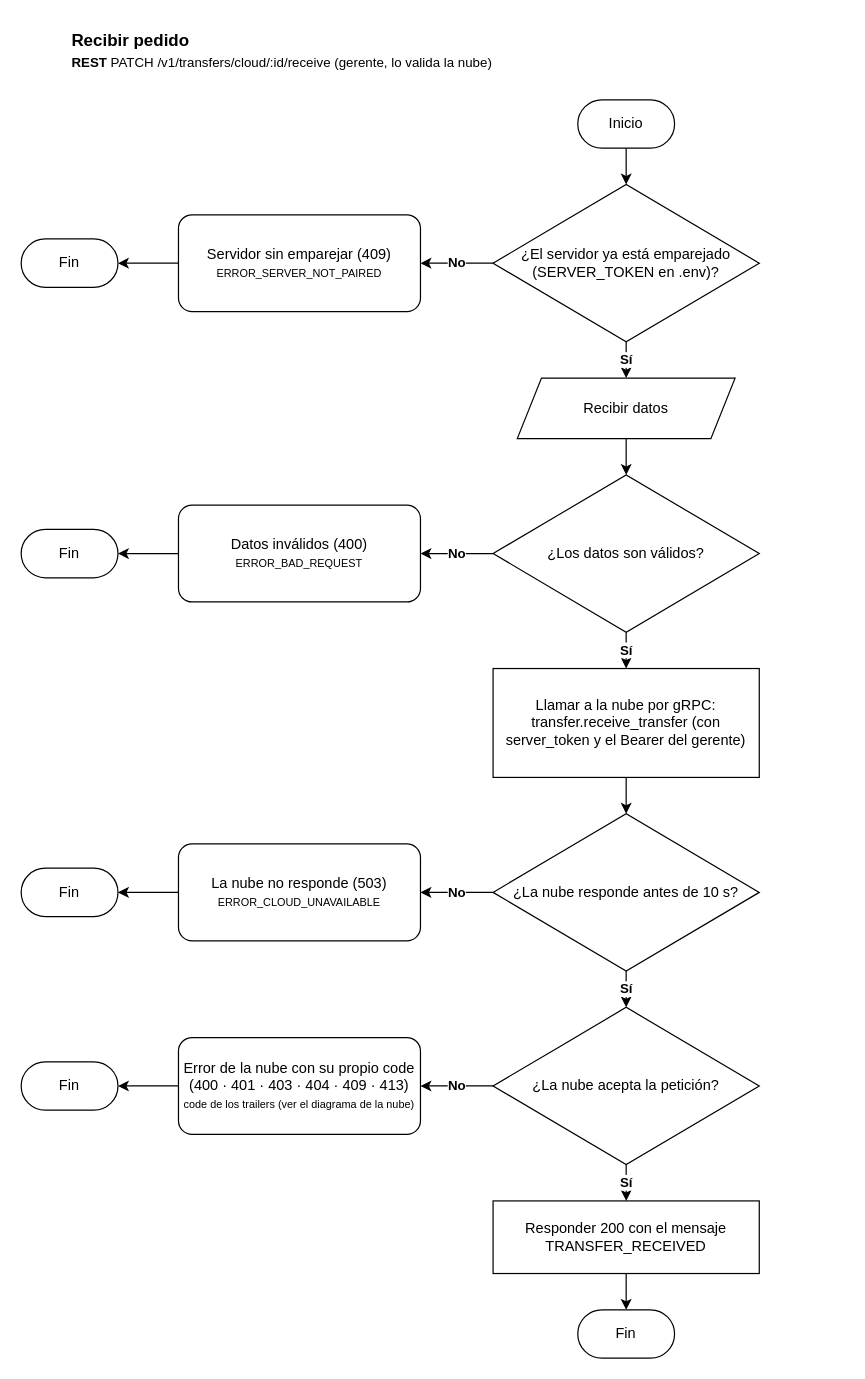
Earlier version of the draw.io diagram documents/diagrams/workflows/transfer/cloud/receive.drawio (Andry510/miyabi-restaurant-server). Source tidied: cells renumbered, new cells numbered last; positions are measured from the earlier drawing's top-left corner, leaving out a move shared by most shapes. Both pictures are drawn from the tidied source at 121%, with x=0, y=0 at pixel (21, 21).
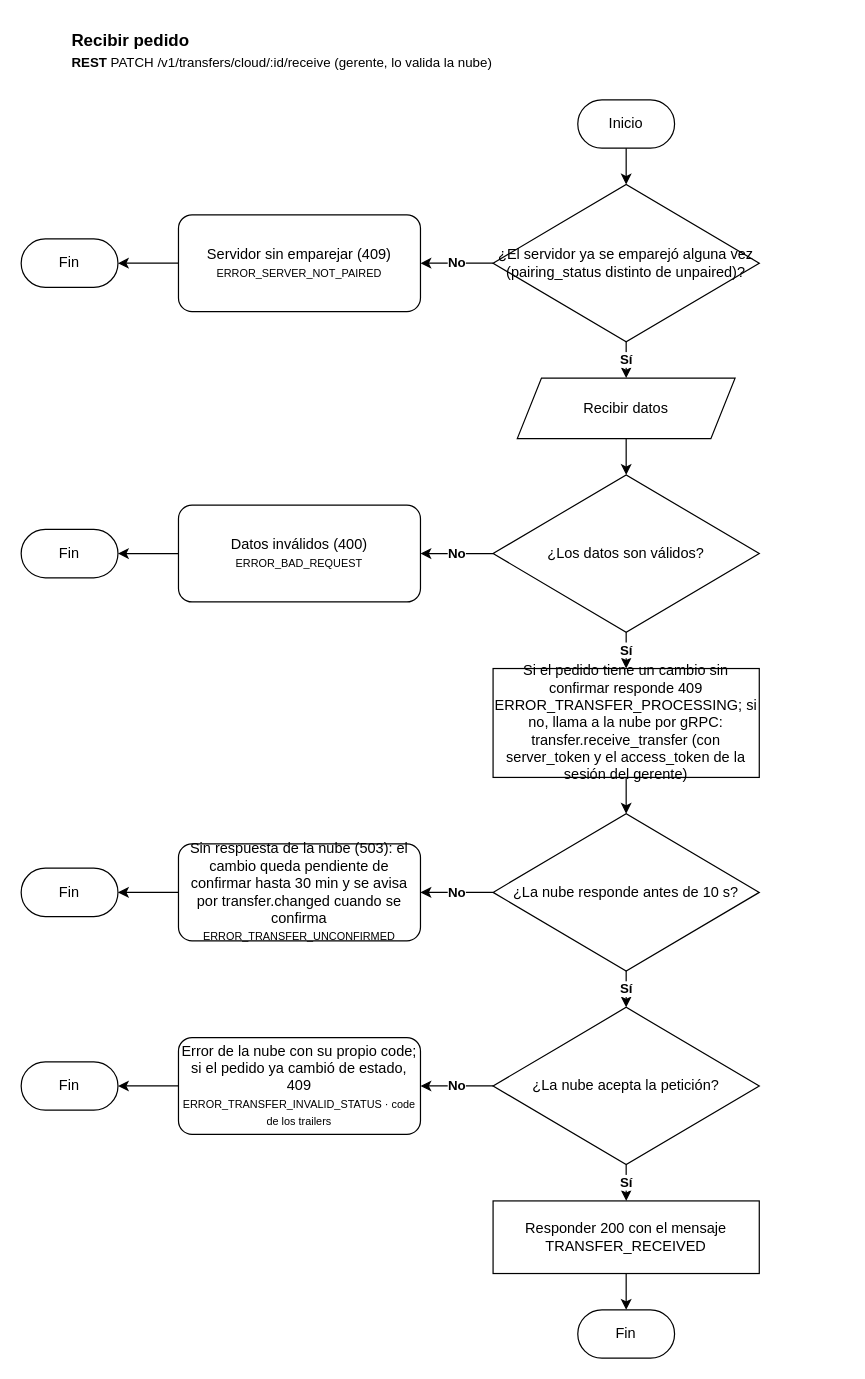
The same page after the edit.

The edit, as a diff of the source:
```diff
@@
-    <mxCell id="4" value="¿El servidor ya está emparejado (SERVER_TOKEN en .env)?" style="rhombus;whiteSpace=wrap;html=1;rounded=1;arcSize=0;" parent="1" vertex="1">
+    <mxCell id="4" value="¿El servidor ya se emparejó alguna vez (pairing_status distinto de unpaired)?" style="rhombus;whiteSpace=wrap;html=1;rounded=1;arcSize=0;" parent="1" vertex="1">
       <mxGeometry x="390" y="135" width="220" height="130" as="geometry" />
     </mxCell>
@@
-    <mxCell id="18" value="Llamar a la nube por gRPC: transfer.receive_transfer (con server_token y el Bearer del gerente)" style="rounded=0;whiteSpace=wrap;html=1;" parent="1" vertex="1">
+    <mxCell id="18" value="Si el pedido tiene un cambio sin confirmar responde 409 ERROR_TRANSFER_PROCESSING; si no, llama a la nube por gRPC: transfer.receive_transfer (con server_token y el access_token de la sesión del gerente)" style="rounded=0;whiteSpace=wrap;html=1;" parent="1" vertex="1">
       <mxGeometry x="390" y="535" width="220" height="90" as="geometry" />
     </mxCell>
@@
-    <mxCell id="22" value="La nube no responde (503)&lt;br&gt;&lt;font style=&quot;font-size: 9px;&quot;&gt;ERROR_CLOUD_UNAVAILABLE&lt;/font&gt;" style="rounded=1;whiteSpace=wrap;html=1;arcSize=14;" parent="1" vertex="1">
+    <mxCell id="22" value="Sin respuesta de la nube (503): el cambio queda pendiente de confirmar hasta 30 min y se avisa por transfer.changed cuando se confirma&lt;br&gt;&lt;font style=&quot;font-size: 9px;&quot;&gt;ERROR_TRANSFER_UNCONFIRMED&lt;/font&gt;" style="rounded=1;whiteSpace=wrap;html=1;arcSize=14;" parent="1" vertex="1">
       <mxGeometry x="130" y="680" width="200" height="80" as="geometry" />
     </mxCell>
@@
-    <mxCell id="28" value="Error de la nube con su propio code (400 · 401 · 403 · 404 · 409 · 413)&lt;br&gt;&lt;font style=&quot;font-size: 9px;&quot;&gt;code de los trailers (ver el diagrama de la nube)&lt;/font&gt;" style="rounded=1;whiteSpace=wrap;html=1;arcSize=14;" parent="1" vertex="1">
+    <mxCell id="28" value="Error de la nube con su propio code; si el pedido ya cambió de estado, 409&lt;br&gt;&lt;font style=&quot;font-size: 9px;&quot;&gt;ERROR_TRANSFER_INVALID_STATUS · code de los trailers&lt;/font&gt;" style="rounded=1;whiteSpace=wrap;html=1;arcSize=14;" parent="1" vertex="1">
       <mxGeometry x="130" y="840" width="200" height="80" as="geometry" />
     </mxCell>
```
